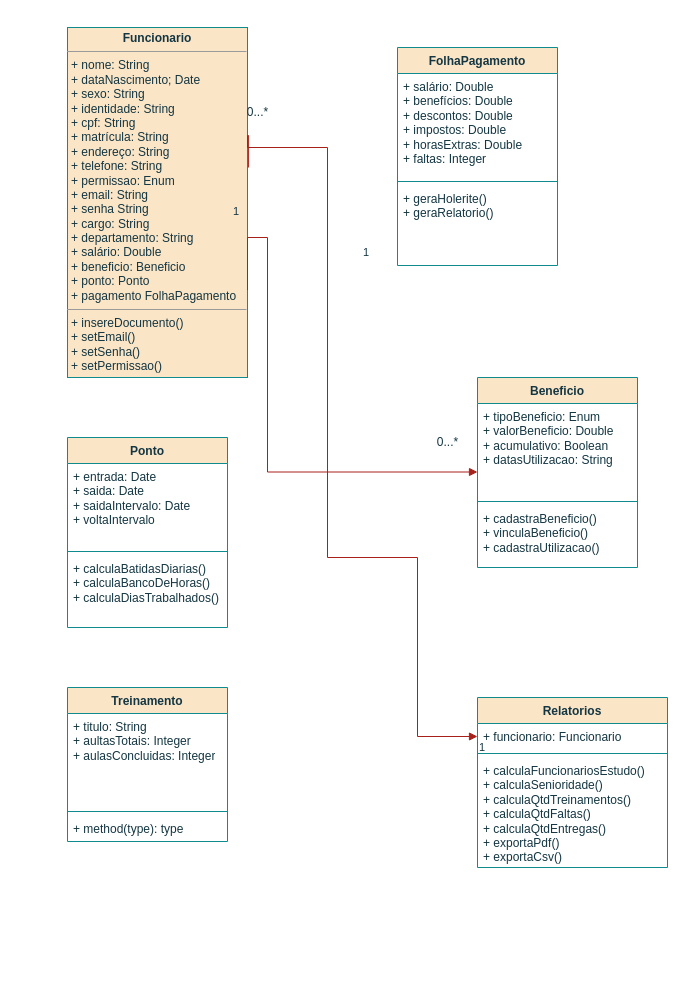
Above: EducationCorp.drawio in MaThArK1/Certificard (draw.io), before the change. Source tidied: cells renumbered, new cells numbered last; positions are measured from the earlier drawing's top-left corner, leaving out a move shared by most shapes. Both pictures are drawn from the tidied source at 100%, with x=0, y=0 at pixel (67, 27).
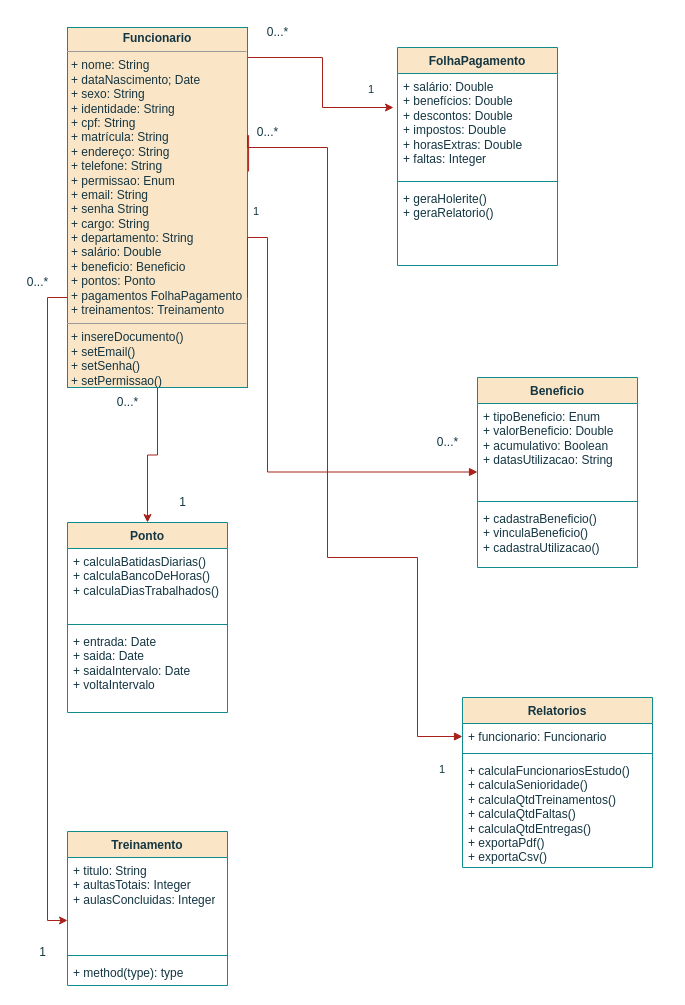
After the change.

The change refers to these unchanged cells:
```xml
<mxCell id="4" value="+ salário: Double&lt;br&gt;+ benefícios: Double&lt;br&gt;+ descontos: Double&lt;br&gt;+ impostos: Double&lt;br&gt;+ horasExtras: Double&lt;br&gt;+ faltas: Integer" style="text;strokeColor=none;fillColor=none;align=left;verticalAlign=top;spacingLeft=4;spacingRight=4;overflow=hidden;points=[[0,0.5],[1,0.5]];portConstraint=eastwest;whiteSpace=wrap;html=1;labelBackgroundColor=none;fontColor=#143642;" parent="3" vertex="1">
  <mxGeometry y="26" width="160" height="104" as="geometry" />
</mxCell>
<mxCell id="16" value="+ titulo: String&lt;br&gt;+ aultasTotais: Integer&lt;br&gt;+ aulasConcluidas: Integer" style="text;strokeColor=none;fillColor=none;align=left;verticalAlign=top;spacingLeft=4;spacingRight=4;overflow=hidden;points=[[0,0.5],[1,0.5]];portConstraint=eastwest;whiteSpace=wrap;html=1;labelBackgroundColor=none;fontColor=#143642;" parent="15" vertex="1">
  <mxGeometry y="26" width="160" height="94" as="geometry" />
</mxCell>
<mxCell id="23" style="endArrow=block;endFill=1;html=1;edgeStyle=orthogonalEdgeStyle;align=left;verticalAlign=top;rounded=0;exitX=1.006;exitY=0.4;exitDx=0;exitDy=0;exitPerimeter=0;entryX=0;entryY=0.5;entryDx=0;entryDy=0;labelBackgroundColor=none;strokeColor=#A8201A;fontColor=default;" parent="1" edge="1" source="2" target="20">
  <mxGeometry x="-1" relative="1" as="geometry">
    <Array as="points">
      <mxPoint x="180" y="108" />
      <mxPoint x="180" y="120" />
      <mxPoint x="260" y="120" />
      <mxPoint x="260" y="530" />
      <mxPoint x="350" y="530" />
      <mxPoint x="350" y="709" />
    </Array>
  </mxGeometry>
</mxCell>
<mxCell id="26" style="endArrow=block;endFill=1;html=1;edgeStyle=orthogonalEdgeStyle;align=left;verticalAlign=top;rounded=0;strokeColor=#A8201A;fontColor=#143642;fillColor=#FAE5C7;exitX=1;exitY=0.75;exitDx=0;exitDy=0;" parent="1" edge="1" source="2">
  <mxGeometry x="-1" relative="1" as="geometry">
    <mxPoint x="410" y="444.5" as="targetPoint" />
    <Array as="points">
      <mxPoint x="180" y="210" />
      <mxPoint x="200" y="210" />
      <mxPoint x="200" y="445" />
    </Array>
  </mxGeometry>
</mxCell>
```

What changed in the source:
```diff
@@
+    <mxCell id="30" style="edgeStyle=orthogonalEdgeStyle;rounded=0;jettySize=auto;html=1;exitX=0.5;exitY=1;exitDx=0;exitDy=0;strokeColor=#A8201A;fontColor=#143642;fillColor=#FAE5C7;entryX=0.5;entryY=0;entryDx=0;entryDy=0;" parent="1" edge="1" source="2" target="7">
+      <mxGeometry relative="1" as="geometry" />
+    </mxCell>
+    <mxCell id="31" style="edgeStyle=orthogonalEdgeStyle;rounded=0;jettySize=auto;html=1;exitX=0;exitY=0.75;exitDx=0;exitDy=0;entryX=0;entryY=0.67;entryDx=0;entryDy=0;entryPerimeter=0;strokeColor=#A8201A;fontColor=#143642;fillColor=#FAE5C7;" parent="1" edge="1" source="2" target="16">
+      <mxGeometry relative="1" as="geometry" />
+    </mxCell>
+    <mxCell id="32" style="edgeStyle=orthogonalEdgeStyle;rounded=0;jettySize=auto;html=1;exitX=1;exitY=0;exitDx=0;exitDy=0;entryX=-0.025;entryY=0.327;entryDx=0;entryDy=0;entryPerimeter=0;strokeColor=#A8201A;fontColor=#143642;fillColor=#FAE5C7;" parent="1" edge="1" source="2" target="4">
+      <mxGeometry relative="1" as="geometry">
+        <Array as="points">
+          <mxPoint x="180" y="30" />
+          <mxPoint x="255" y="30" />
+          <mxPoint x="255" y="80" />
+        </Array>
+      </mxGeometry>
+    </mxCell>
-    <mxCell id="2" value="&lt;p style=&quot;margin:0px;margin-top:4px;text-align:center;&quot;&gt;&lt;b&gt;Funcionario&lt;/b&gt;&lt;/p&gt;&lt;hr size=&quot;1&quot;&gt;&lt;p style=&quot;margin:0px;margin-left:4px;&quot;&gt;+ nome: String&lt;/p&gt;&lt;p style=&quot;margin:0px;margin-left:4px;&quot;&gt;+ dataNascimento; Date&lt;/p&gt;&lt;p style=&quot;margin:0px;margin-left:4px;&quot;&gt;+ sexo: String&lt;/p&gt;&lt;p style=&quot;margin:0px;margin-left:4px;&quot;&gt;+ identidade: String&lt;/p&gt;&lt;p style=&quot;margin:0px;margin-left:4px;&quot;&gt;+ cpf: String&lt;/p&gt;&lt;p style=&quot;margin:0px;margin-left:4px;&quot;&gt;+ matrícula: String&lt;/p&gt;&lt;p style=&quot;margin:0px;margin-left:4px;&quot;&gt;+ endereço: String&lt;/p&gt;&lt;p style=&quot;margin:0px;margin-left:4px;&quot;&gt;+ telefone: String&lt;/p&gt;&lt;p style=&quot;margin:0px;margin-left:4px;&quot;&gt;+ permissao: Enum&lt;/p&gt;&lt;p style=&quot;margin:0px;margin-left:4px;&quot;&gt;+ email: String&lt;/p&gt;&lt;p style=&quot;margin:0px;margin-left:4px;&quot;&gt;+ senha String&lt;/p&gt;&lt;p style=&quot;margin:0px;margin-left:4px;&quot;&gt;+ cargo: String&lt;/p&gt;&lt;p style=&quot;margin:0px;margin-left:4px;&quot;&gt;+ departamento: String&lt;/p&gt;&lt;p style=&quot;margin:0px;margin-left:4px;&quot;&gt;+ salário: Double&lt;/p&gt;&lt;p style=&quot;margin:0px;margin-left:4px;&quot;&gt;+ beneficio: Beneficio&lt;/p&gt;&lt;p style=&quot;margin:0px;margin-left:4px;&quot;&gt;+ ponto: Ponto&lt;/p&gt;&lt;p style=&quot;margin:0px;margin-left:4px;&quot;&gt;+ pagamento FolhaPagamento&lt;/p&gt;&lt;hr size=&quot;1&quot;&gt;&lt;p style=&quot;margin:0px;margin-left:4px;&quot;&gt;+ insereDocumento()&lt;/p&gt;&lt;p style=&quot;margin:0px;margin-left:4px;&quot;&gt;+ setEmail()&lt;/p&gt;&lt;p style=&quot;margin:0px;margin-left:4px;&quot;&gt;+ setSenha()&lt;/p&gt;&lt;p style=&quot;margin:0px;margin-left:4px;&quot;&gt;+ setPermissao()&lt;/p&gt;" style="verticalAlign=top;align=left;overflow=fill;fontSize=12;fontFamily=Helvetica;html=1;whiteSpace=wrap;labelBackgroundColor=none;fillColor=#FAE5C7;strokeColor=#0F8B8D;fontColor=#143642;" parent="1" vertex="1">
-      <mxGeometry width="180" height="350" as="geometry" />
+    <mxCell id="2" value="&lt;p style=&quot;margin:0px;margin-top:4px;text-align:center;&quot;&gt;&lt;b&gt;Funcionario&lt;/b&gt;&lt;/p&gt;&lt;hr size=&quot;1&quot;&gt;&lt;p style=&quot;margin:0px;margin-left:4px;&quot;&gt;+ nome: String&lt;/p&gt;&lt;p style=&quot;margin:0px;margin-left:4px;&quot;&gt;+ dataNascimento; Date&lt;/p&gt;&lt;p style=&quot;margin:0px;margin-left:4px;&quot;&gt;+ sexo: String&lt;/p&gt;&lt;p style=&quot;margin:0px;margin-left:4px;&quot;&gt;+ identidade: String&lt;/p&gt;&lt;p style=&quot;margin:0px;margin-left:4px;&quot;&gt;+ cpf: String&lt;/p&gt;&lt;p style=&quot;margin:0px;margin-left:4px;&quot;&gt;+ matrícula: String&lt;/p&gt;&lt;p style=&quot;margin:0px;margin-left:4px;&quot;&gt;+ endereço: String&lt;/p&gt;&lt;p style=&quot;margin:0px;margin-left:4px;&quot;&gt;+ telefone: String&lt;/p&gt;&lt;p style=&quot;margin:0px;margin-left:4px;&quot;&gt;+ permissao: Enum&lt;/p&gt;&lt;p style=&quot;margin:0px;margin-left:4px;&quot;&gt;+ email: String&lt;/p&gt;&lt;p style=&quot;margin:0px;margin-left:4px;&quot;&gt;+ senha String&lt;/p&gt;&lt;p style=&quot;margin:0px;margin-left:4px;&quot;&gt;+ cargo: String&lt;/p&gt;&lt;p style=&quot;margin:0px;margin-left:4px;&quot;&gt;+ departamento: String&lt;/p&gt;&lt;p style=&quot;margin:0px;margin-left:4px;&quot;&gt;+ salário: Double&lt;/p&gt;&lt;p style=&quot;margin:0px;margin-left:4px;&quot;&gt;+ beneficio: Beneficio&lt;/p&gt;&lt;p style=&quot;margin:0px;margin-left:4px;&quot;&gt;+ pontos: Ponto&lt;/p&gt;&lt;p style=&quot;margin:0px;margin-left:4px;&quot;&gt;+ pagamentos FolhaPagamento&lt;/p&gt;&lt;p style=&quot;margin:0px;margin-left:4px;&quot;&gt;+ treinamentos: Treinamento&lt;/p&gt;&lt;hr size=&quot;1&quot;&gt;&lt;p style=&quot;margin:0px;margin-left:4px;&quot;&gt;+ insereDocumento()&lt;/p&gt;&lt;p style=&quot;margin:0px;margin-left:4px;&quot;&gt;+ setEmail()&lt;/p&gt;&lt;p style=&quot;margin:0px;margin-left:4px;&quot;&gt;+ setSenha()&lt;/p&gt;&lt;p style=&quot;margin:0px;margin-left:4px;&quot;&gt;+ setPermissao()&lt;/p&gt;" style="verticalAlign=top;align=left;overflow=fill;fontSize=12;fontFamily=Helvetica;html=1;whiteSpace=wrap;labelBackgroundColor=none;fillColor=#FAE5C7;strokeColor=#0F8B8D;fontColor=#143642;" parent="1" vertex="1">
+      <mxGeometry width="180" height="360" as="geometry" />
     </mxCell>
@@
     <mxCell id="7" value="Ponto" style="swimlane;fontStyle=1;align=center;verticalAlign=top;horizontal=1;startSize=26;whiteSpace=wrap;html=1;labelBackgroundColor=none;fillColor=#FAE5C7;strokeColor=#0F8B8D;fontColor=#143642;" parent="1" vertex="1">
-      <mxGeometry y="410" width="160" height="190" as="geometry" />
+      <mxGeometry y="495" width="160" height="190" as="geometry" />
     </mxCell>
+    <mxCell id="10" value="+ calculaBatidasDiarias()&lt;br&gt;+ calculaBancoDeHoras()&lt;br&gt;+ calculaDiasTrabalhados()" style="text;strokeColor=none;fillColor=none;align=left;verticalAlign=top;spacingLeft=4;spacingRight=4;overflow=hidden;whiteSpace=wrap;html=1;labelBackgroundColor=none;fontColor=#143642;" parent="7" vertex="1">
+      <mxGeometry y="26" width="160" height="72" as="geometry" />
+    </mxCell>
+    <mxCell id="9" style="line;strokeWidth=1;fillColor=none;align=left;verticalAlign=middle;spacingTop=-1;spacingLeft=3;spacingRight=3;labelPosition=right;strokeColor=#0F8B8D;labelBackgroundColor=none;fontColor=#143642;" parent="7" vertex="1">
+      <mxGeometry y="98" width="160" height="8" as="geometry" />
+    </mxCell>
     <mxCell id="8" value="+ entrada: Date&lt;br&gt;+ saida: Date&lt;br&gt;+ saidaIntervalo: Date&lt;br&gt;+ voltaIntervalo" style="text;strokeColor=none;fillColor=none;align=left;verticalAlign=top;spacingLeft=4;spacingRight=4;overflow=hidden;whiteSpace=wrap;html=1;labelBackgroundColor=none;fontColor=#143642;" parent="7" vertex="1">
-      <mxGeometry y="26" width="160" height="84" as="geometry" />
+      <mxGeometry y="106" width="160" height="84" as="geometry" />
     </mxCell>
-    <mxCell id="9" style="line;strokeWidth=1;fillColor=none;align=left;verticalAlign=middle;spacingTop=-1;spacingLeft=3;spacingRight=3;labelPosition=right;strokeColor=#0F8B8D;labelBackgroundColor=none;fontColor=#143642;" parent="7" vertex="1">
-      <mxGeometry y="110" width="160" height="8" as="geometry" />
-    </mxCell>
-    <mxCell id="10" value="+ calculaBatidasDiarias()&lt;br&gt;+ calculaBancoDeHoras()&lt;br&gt;+ calculaDiasTrabalhados()" style="text;strokeColor=none;fillColor=none;align=left;verticalAlign=top;spacingLeft=4;spacingRight=4;overflow=hidden;whiteSpace=wrap;html=1;labelBackgroundColor=none;fontColor=#143642;" parent="7" vertex="1">
-      <mxGeometry y="118" width="160" height="72" as="geometry" />
-    </mxCell>
@@
     <mxCell id="15" value="Treinamento" style="swimlane;fontStyle=1;align=center;verticalAlign=top;horizontal=1;startSize=26;whiteSpace=wrap;html=1;labelBackgroundColor=none;fillColor=#FAE5C7;strokeColor=#0F8B8D;fontColor=#143642;" parent="1" vertex="1">
-      <mxGeometry y="660" width="160" height="154" as="geometry" />
+      <mxGeometry y="804" width="160" height="154" as="geometry" />
     </mxCell>
@@
     <mxCell id="19" value="Relatorios" style="swimlane;fontStyle=1;align=center;verticalAlign=top;horizontal=1;startSize=26;whiteSpace=wrap;html=1;labelBackgroundColor=none;fillColor=#FAE5C7;strokeColor=#0F8B8D;fontColor=#143642;" parent="1" vertex="1">
-      <mxGeometry x="410" y="670" width="190" height="170" as="geometry" />
+      <mxGeometry x="395" y="670" width="190" height="170" as="geometry" />
     </mxCell>
@@
     <mxCell id="24" value="1" style="edgeLabel;html=1;align=left;verticalAlign=bottom;labelBackgroundColor=none;fontColor=#143642;" parent="23" vertex="1">
       <mxGeometry x="-1" relative="1" as="geometry">
-        <mxPoint x="229" y="588" as="offset" />
+        <mxPoint x="189" y="606" as="offset" />
       </mxGeometry>
     </mxCell>
     <mxCell id="25" value="0...*" style="text;html=1;align=center;verticalAlign=middle;strokeColor=none;fillColor=none;labelBackgroundColor=none;fontColor=#143642;" parent="1" vertex="1">
-      <mxGeometry x="170" y="70" width="40" height="30" as="geometry" />
+      <mxGeometry x="180" y="90" width="40" height="30" as="geometry" />
     </mxCell>
@@
-    <mxCell id="27" value="1" style="edgeLabel;html=1;align=left;verticalAlign=bottom;strokeColor=#0F8B8D;fontColor=#143642;fillColor=#FAE5C7;" parent="26" vertex="1">
-      <mxGeometry x="-1" relative="1" as="geometry">
-        <mxPoint x="114" y="-30" as="offset" />
-      </mxGeometry>
-    </mxCell>
@@
     <mxCell id="29" value="1" style="edgeLabel;html=1;align=left;verticalAlign=bottom;labelBackgroundColor=none;fontColor=#143642;" parent="1" vertex="1">
-      <mxGeometry x="400" y="706" as="geometry">
+      <mxGeometry x="420" y="706" as="geometry">
         <mxPoint x="-236" y="-514" as="offset" />
       </mxGeometry>
     </mxCell>
+    <mxCell id="33" value="0...*" style="text;html=1;align=center;verticalAlign=middle;strokeColor=none;fillColor=none;labelBackgroundColor=none;fontColor=#143642;" parent="1" vertex="1">
+      <mxGeometry x="40" y="360" width="40" height="30" as="geometry" />
+    </mxCell>
+    <mxCell id="34" value="1" style="text;html=1;align=center;verticalAlign=middle;strokeColor=none;fillColor=none;labelBackgroundColor=none;fontColor=#143642;" parent="1" vertex="1">
+      <mxGeometry x="100" y="460" width="30" height="30" as="geometry" />
+    </mxCell>
+    <mxCell id="35" value="0...*" style="text;html=1;align=center;verticalAlign=middle;strokeColor=none;fillColor=none;labelBackgroundColor=none;fontColor=#143642;" parent="1" vertex="1">
+      <mxGeometry x="-50" y="240" width="40" height="30" as="geometry" />
+    </mxCell>
+    <mxCell id="36" value="1" style="text;html=1;align=center;verticalAlign=middle;strokeColor=none;fillColor=none;labelBackgroundColor=none;fontColor=#143642;" parent="1" vertex="1">
+      <mxGeometry x="-40" y="910" width="30" height="30" as="geometry" />
+    </mxCell>
+    <mxCell id="37" value="0...*" style="text;html=1;align=center;verticalAlign=middle;strokeColor=none;fillColor=none;labelBackgroundColor=none;fontColor=#143642;" parent="1" vertex="1">
+      <mxGeometry x="190" y="-10" width="40" height="30" as="geometry" />
+    </mxCell>
+    <mxCell id="27" value="1" style="edgeLabel;html=1;align=left;verticalAlign=bottom;strokeColor=#0F8B8D;fontColor=#143642;fillColor=#FAE5C7;" parent="1" vertex="1">
+      <mxGeometry x="90" y="280" as="geometry">
+        <mxPoint x="209" y="-210" as="offset" />
+      </mxGeometry>
+    </mxCell>
```
